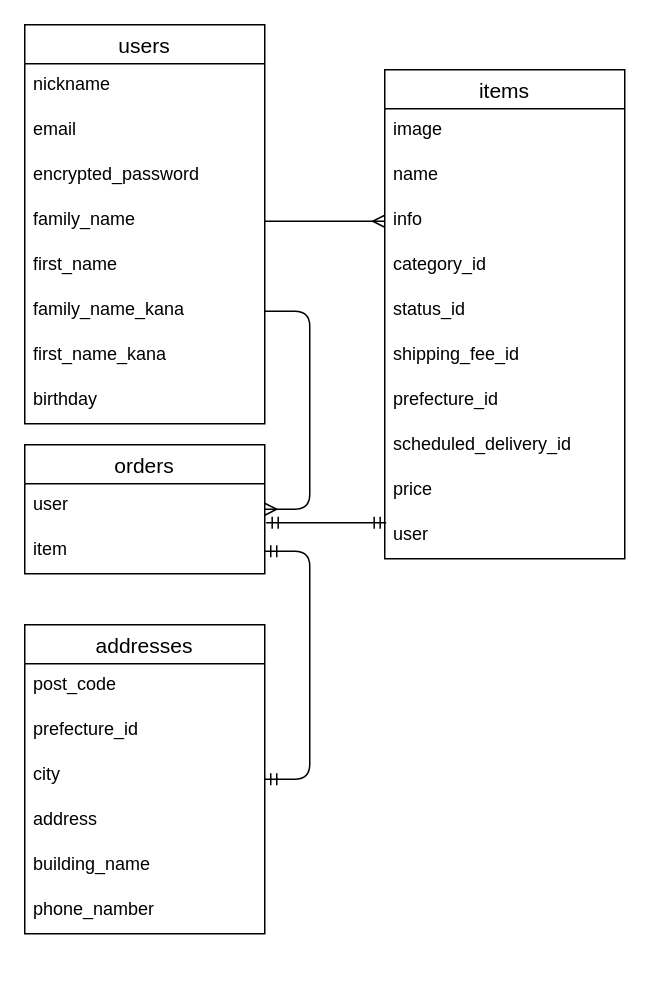
pipipik/furima-32873 keeps this draw.io diagram as test.dio. Above is the earlier version. Source tidied: cells renumbered, new cells numbered last; positions are measured from the earlier drawing's top-left corner, leaving out a move shared by most shapes. Both pictures are drawn from the tidied source at 150%, with x=0, y=0 at pixel (24, 24).
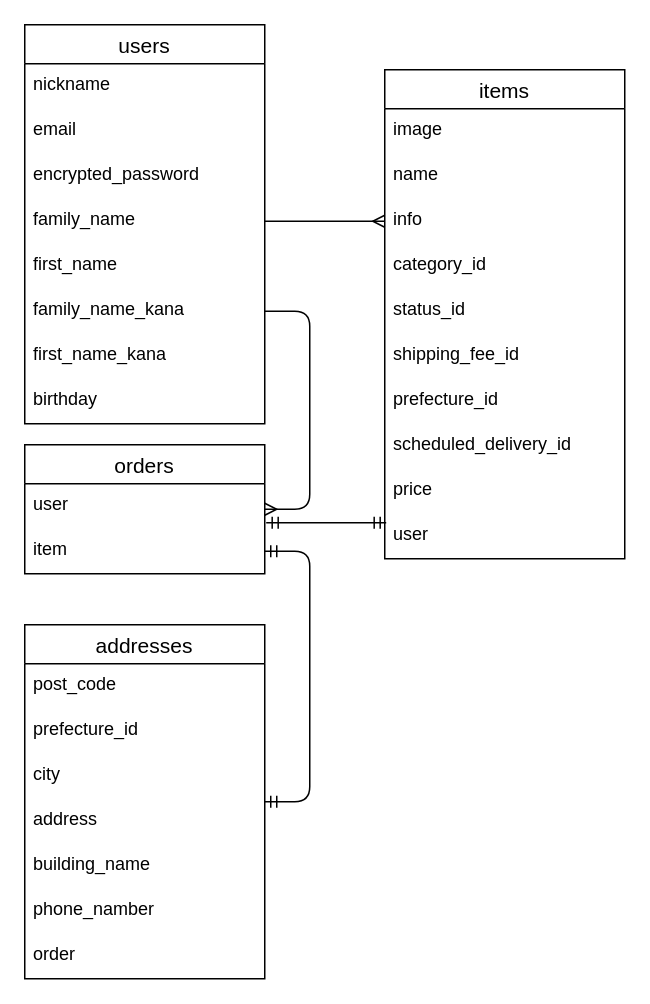
The same diagram, later.

The edit, as a diff of the source:
```diff
@@
     <mxCell id="25" value="addresses" style="swimlane;fontStyle=0;horizontal=1;startSize=26;align=center;fontSize=14;" parent="1" vertex="1">
-      <mxGeometry y="400" width="160" height="206" as="geometry" />
+      <mxGeometry y="400" width="160" height="236" as="geometry" />
     </mxCell>
@@
+    <mxCell id="36" value="order" style="text;strokeColor=none;fillColor=none;spacingLeft=4;spacingRight=4;overflow=hidden;fontSize=12;" parent="25" vertex="1">
+      <mxGeometry y="206" width="160" height="30" as="geometry" />
+    </mxCell>
```
